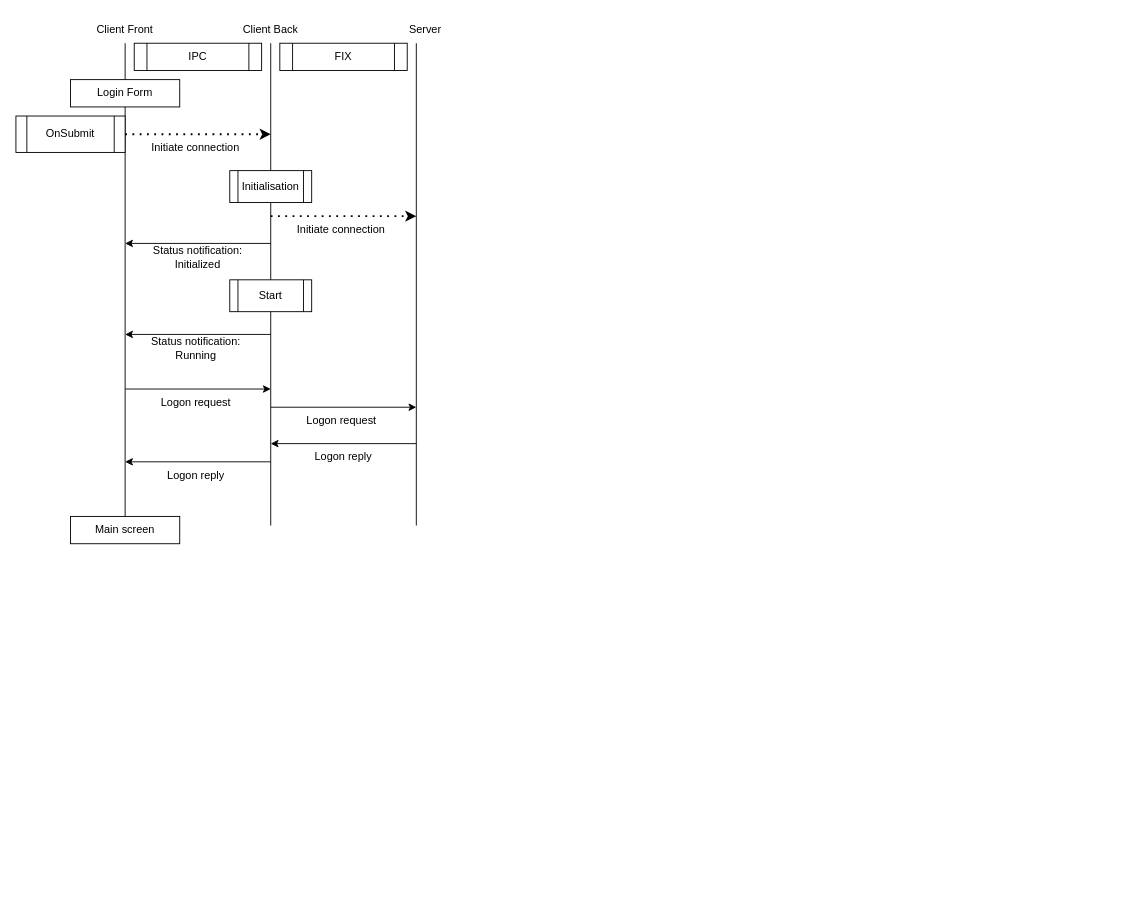
The draw.io diagram page "IPC protocol" (3 of 3) of schema.drawio in DipStax/FIX4.2-protocol, before the edit. Source tidied: cells renumbered, new cells numbered last; positions are measured from the earlier drawing's top-left corner, leaving out a move shared by most shapes. Both pictures are drawn from the tidied source at 91%, with x=0, y=0 at pixel (15, 15).
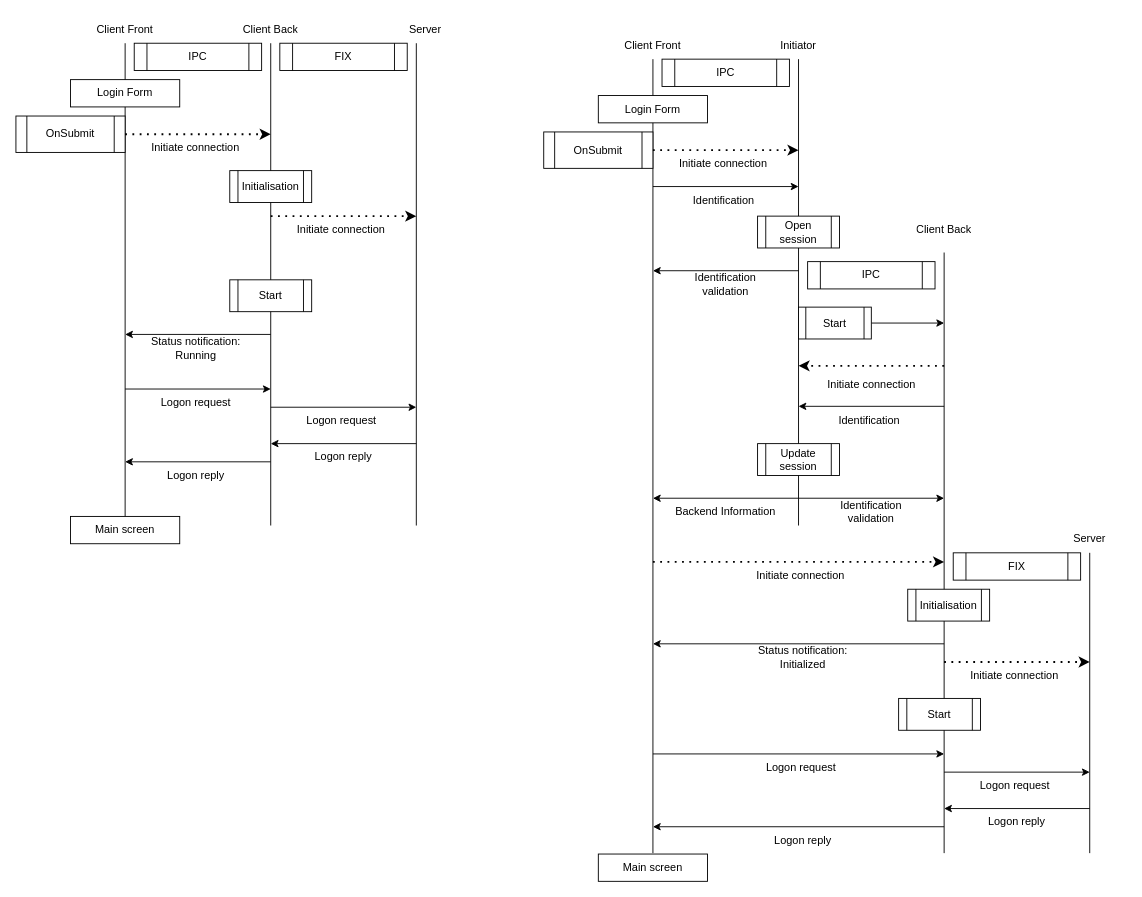
The same page after the edit.

What changed in the source:
```diff
@@
     <mxCell id="14" style="endArrow=classic;html=1;" parent="1" edge="1">
       <mxGeometry relative="1" as="geometry">
-        <mxPoint x="280" y="250" as="sourcePoint" />
-        <mxPoint x="120" y="250" as="targetPoint" />
+        <mxPoint x="1020" y="690" as="sourcePoint" />
+        <mxPoint x="700" y="690" as="targetPoint" />
       </mxGeometry>
     </mxCell>
@@
     <mxCell id="18" value="Status notification:&lt;div&gt;Initialized&lt;/div&gt;" style="text;html=1;align=center;verticalAlign=middle;whiteSpace=wrap;rounded=0;" parent="1" vertex="1">
-      <mxGeometry x="140" y="250" width="120" height="30" as="geometry" />
+      <mxGeometry x="805" y="690" width="120" height="30" as="geometry" />
     </mxCell>
@@
+    <mxCell id="31" style="endArrow=none;html=1;" parent="1" edge="1">
+      <mxGeometry relative="1" as="geometry">
+        <mxPoint x="700" y="920" as="sourcePoint" />
+        <mxPoint x="700" y="47.5" as="targetPoint" />
+      </mxGeometry>
+    </mxCell>
+    <mxCell id="32" style="endArrow=none;html=1;" parent="1" edge="1">
+      <mxGeometry relative="1" as="geometry">
+        <mxPoint x="860" y="560" as="sourcePoint" />
+        <mxPoint x="860" y="47.5" as="targetPoint" />
+      </mxGeometry>
+    </mxCell>
+    <mxCell id="33" style="endArrow=none;html=1;entryX=0.5;entryY=1.333;entryDx=0;entryDy=0;entryPerimeter=0;" parent="1" edge="1" target="45">
+      <mxGeometry relative="1" as="geometry">
+        <mxPoint x="1020" y="920" as="sourcePoint" />
+      </mxGeometry>
+    </mxCell>
+    <mxCell id="34" value="Client Front" style="text;strokeColor=none;fillColor=none;align=center;verticalAlign=middle;spacingLeft=4;spacingRight=4;overflow=hidden;whiteSpace=wrap;html=1;" parent="1" vertex="1">
+      <mxGeometry x="660" y="17.5" width="80" height="30" as="geometry" />
+    </mxCell>
+    <mxCell id="35" value="Initiator" style="text;strokeColor=none;fillColor=none;align=center;verticalAlign=middle;spacingLeft=4;spacingRight=4;overflow=hidden;whiteSpace=wrap;html=1;" parent="1" vertex="1">
+      <mxGeometry x="820" y="17.5" width="80" height="30" as="geometry" />
+    </mxCell>
+    <mxCell id="36" value="IPC" style="shape=process;whiteSpace=wrap;html=1;backgroundOutline=1;" parent="1" vertex="1">
+      <mxGeometry x="870" y="270" width="140" height="30" as="geometry" />
+    </mxCell>
+    <mxCell id="37" value="IPC" style="shape=process;whiteSpace=wrap;html=1;backgroundOutline=1;" parent="1" vertex="1">
+      <mxGeometry x="710" y="47.5" width="140" height="30" as="geometry" />
+    </mxCell>
+    <mxCell id="38" value="Login Form" style="rounded=0;whiteSpace=wrap;html=1;" parent="1" vertex="1">
+      <mxGeometry x="640" y="87.5" width="120" height="30" as="geometry" />
+    </mxCell>
+    <mxCell id="39" value="OnSubmit" style="shape=process;whiteSpace=wrap;html=1;backgroundOutline=1;" parent="1" vertex="1">
+      <mxGeometry x="580" y="127.5" width="120" height="40" as="geometry" />
+    </mxCell>
+    <mxCell id="40" style="endArrow=classic;dashed=1;html=1;dashPattern=1 3;strokeWidth=2;exitX=1;exitY=0.5;exitDx=0;exitDy=0;endFill=1;" parent="1" edge="1" source="39">
+      <mxGeometry relative="1" as="geometry">
+        <mxPoint x="860" y="147.5" as="targetPoint" />
+      </mxGeometry>
+    </mxCell>
+    <mxCell id="41" value="Initiate connection" style="text;html=1;align=center;verticalAlign=middle;whiteSpace=wrap;rounded=0;" parent="1" vertex="1">
+      <mxGeometry x="725" y="147.5" width="105" height="30" as="geometry" />
+    </mxCell>
+    <mxCell id="42" style="endArrow=classic;html=1;" parent="1" edge="1">
+      <mxGeometry relative="1" as="geometry">
+        <mxPoint x="700" y="187.5" as="sourcePoint" />
+        <mxPoint x="860" y="187.5" as="targetPoint" />
+      </mxGeometry>
+    </mxCell>
+    <mxCell id="43" value="Identification" style="text;html=1;align=center;verticalAlign=middle;whiteSpace=wrap;rounded=0;" parent="1" vertex="1">
+      <mxGeometry x="717.5" y="187.5" width="120" height="30" as="geometry" />
+    </mxCell>
+    <mxCell id="44" value="Open session" style="shape=process;whiteSpace=wrap;html=1;backgroundOutline=1;" parent="1" vertex="1">
+      <mxGeometry x="815" y="220" width="90" height="35" as="geometry" />
+    </mxCell>
+    <mxCell id="45" value="Client Back" style="text;strokeColor=none;fillColor=none;align=center;verticalAlign=middle;spacingLeft=4;spacingRight=4;overflow=hidden;points=[[0,0.5],[1,0.5]];portConstraint=eastwest;whiteSpace=wrap;html=1;" parent="1" vertex="1">
+      <mxGeometry x="980" y="220" width="80" height="30" as="geometry" />
+    </mxCell>
+    <mxCell id="46" style="endArrow=classic;dashed=1;html=1;dashPattern=1 3;strokeWidth=2;exitX=1;exitY=0.5;exitDx=0;exitDy=0;endFill=1;" parent="1" edge="1">
+      <mxGeometry relative="1" as="geometry">
+        <mxPoint x="1020" y="384.5" as="sourcePoint" />
+        <mxPoint x="860" y="384.5" as="targetPoint" />
+      </mxGeometry>
+    </mxCell>
+    <mxCell id="47" value="Initiate connection" style="text;html=1;align=center;verticalAlign=middle;whiteSpace=wrap;rounded=0;" parent="1" vertex="1">
+      <mxGeometry x="887.5" y="390" width="105" height="30" as="geometry" />
+    </mxCell>
+    <mxCell id="48" style="endArrow=classic;html=1;" parent="1" edge="1">
+      <mxGeometry relative="1" as="geometry">
+        <mxPoint x="1020" y="429" as="sourcePoint" />
+        <mxPoint x="860" y="429" as="targetPoint" />
+      </mxGeometry>
+    </mxCell>
+    <mxCell id="49" value="Identification" style="text;html=1;align=center;verticalAlign=middle;whiteSpace=wrap;rounded=0;" parent="1" vertex="1">
+      <mxGeometry x="877.5" y="430" width="120" height="30" as="geometry" />
+    </mxCell>
+    <mxCell id="50" value="Update session" style="shape=process;whiteSpace=wrap;html=1;backgroundOutline=1;" parent="1" vertex="1">
+      <mxGeometry x="815" y="470" width="90" height="35" as="geometry" />
+    </mxCell>
+    <mxCell id="51" style="endArrow=classic;html=1;" parent="1" edge="1">
+      <mxGeometry relative="1" as="geometry">
+        <mxPoint x="860" y="530" as="sourcePoint" />
+        <mxPoint x="1020" y="530" as="targetPoint" />
+      </mxGeometry>
+    </mxCell>
+    <mxCell id="52" value="Identification validation" style="text;html=1;align=center;verticalAlign=middle;whiteSpace=wrap;rounded=0;" parent="1" vertex="1">
+      <mxGeometry x="880" y="530" width="120" height="30" as="geometry" />
+    </mxCell>
+    <mxCell id="53" style="endArrow=classic;html=1;" parent="1" edge="1">
+      <mxGeometry relative="1" as="geometry">
+        <mxPoint x="860" y="280" as="sourcePoint" />
+        <mxPoint x="700" y="280" as="targetPoint" />
+      </mxGeometry>
+    </mxCell>
+    <mxCell id="54" value="Identification validation" style="text;html=1;align=center;verticalAlign=middle;whiteSpace=wrap;rounded=0;" parent="1" vertex="1">
+      <mxGeometry x="720" y="280" width="120" height="30" as="geometry" />
+    </mxCell>
+    <mxCell id="55" style="endArrow=classic;html=1;" parent="1" edge="1">
+      <mxGeometry relative="1" as="geometry">
+        <mxPoint x="860" y="530" as="sourcePoint" />
+        <mxPoint x="700" y="530" as="targetPoint" />
+      </mxGeometry>
+    </mxCell>
+    <mxCell id="56" value="Backend Information" style="text;html=1;align=center;verticalAlign=middle;whiteSpace=wrap;rounded=0;" parent="1" vertex="1">
+      <mxGeometry x="720" y="530" width="120" height="30" as="geometry" />
+    </mxCell>
+    <mxCell id="57" style="endArrow=classic;dashed=1;html=1;dashPattern=1 3;strokeWidth=2;endFill=1;" parent="1" edge="1">
+      <mxGeometry relative="1" as="geometry">
+        <mxPoint x="700" y="600" as="sourcePoint" />
+        <mxPoint x="1020" y="600" as="targetPoint" />
+      </mxGeometry>
+    </mxCell>
+    <mxCell id="58" value="Initiate connection" style="text;html=1;align=center;verticalAlign=middle;whiteSpace=wrap;rounded=0;" parent="1" vertex="1">
+      <mxGeometry x="810" y="600" width="105" height="30" as="geometry" />
+    </mxCell>
+    <mxCell id="59" value="Initialisation" style="shape=process;whiteSpace=wrap;html=1;backgroundOutline=1;" parent="1" vertex="1">
+      <mxGeometry x="980" y="630" width="90" height="35" as="geometry" />
+    </mxCell>
+    <mxCell id="60" value="Server" style="text;strokeColor=none;fillColor=none;align=center;verticalAlign=middle;spacingLeft=4;spacingRight=4;overflow=hidden;whiteSpace=wrap;html=1;" parent="1" vertex="1">
+      <mxGeometry x="1140" y="560" width="80" height="30" as="geometry" />
+    </mxCell>
+    <mxCell id="61" style="endArrow=none;html=1;" parent="1" edge="1">
+      <mxGeometry relative="1" as="geometry">
+        <mxPoint x="1180" y="920" as="sourcePoint" />
+        <mxPoint x="1180" y="590" as="targetPoint" />
+      </mxGeometry>
+    </mxCell>
+    <mxCell id="62" value="FIX" style="shape=process;whiteSpace=wrap;html=1;backgroundOutline=1;" parent="1" vertex="1">
+      <mxGeometry x="1030" y="590" width="140" height="30" as="geometry" />
+    </mxCell>
+    <mxCell id="63" style="endArrow=classic;dashed=1;html=1;dashPattern=1 3;strokeWidth=2;exitX=1;exitY=0.5;exitDx=0;exitDy=0;endFill=1;" parent="1" edge="1">
+      <mxGeometry relative="1" as="geometry">
+        <mxPoint x="1020" y="710" as="sourcePoint" />
+        <mxPoint x="1180" y="710" as="targetPoint" />
+      </mxGeometry>
+    </mxCell>
+    <mxCell id="64" value="Initiate connection" style="text;html=1;align=center;verticalAlign=middle;whiteSpace=wrap;rounded=0;" parent="1" vertex="1">
+      <mxGeometry x="1045" y="710" width="105" height="30" as="geometry" />
+    </mxCell>
+    <mxCell id="65" style="endArrow=classic;html=1;" parent="1" edge="1">
+      <mxGeometry relative="1" as="geometry">
+        <mxPoint x="700" y="811" as="sourcePoint" />
+        <mxPoint x="1020" y="811" as="targetPoint" />
+      </mxGeometry>
+    </mxCell>
+    <mxCell id="66" value="Logon request" style="text;html=1;align=center;verticalAlign=middle;whiteSpace=wrap;rounded=0;" parent="1" vertex="1">
+      <mxGeometry x="802.5" y="811" width="120" height="30" as="geometry" />
+    </mxCell>
+    <mxCell id="67" style="endArrow=classic;html=1;" parent="1" edge="1">
+      <mxGeometry relative="1" as="geometry">
+        <mxPoint x="1020" y="831" as="sourcePoint" />
+        <mxPoint x="1180" y="831" as="targetPoint" />
+      </mxGeometry>
+    </mxCell>
+    <mxCell id="68" value="Logon request" style="text;html=1;align=center;verticalAlign=middle;whiteSpace=wrap;rounded=0;" parent="1" vertex="1">
+      <mxGeometry x="1037.5" y="831" width="120" height="30" as="geometry" />
+    </mxCell>
+    <mxCell id="69" style="endArrow=classic;html=1;" parent="1" edge="1">
+      <mxGeometry relative="1" as="geometry">
+        <mxPoint x="1180" y="871" as="sourcePoint" />
+        <mxPoint x="1020" y="871" as="targetPoint" />
+      </mxGeometry>
+    </mxCell>
+    <mxCell id="70" value="Logon reply" style="text;html=1;align=center;verticalAlign=middle;whiteSpace=wrap;rounded=0;" parent="1" vertex="1">
+      <mxGeometry x="1040" y="871" width="120" height="30" as="geometry" />
+    </mxCell>
+    <mxCell id="71" style="endArrow=classic;html=1;" parent="1" edge="1">
+      <mxGeometry relative="1" as="geometry">
+        <mxPoint x="1020" y="891" as="sourcePoint" />
+        <mxPoint x="700" y="891" as="targetPoint" />
+      </mxGeometry>
+    </mxCell>
+    <mxCell id="72" value="Logon reply" style="text;html=1;align=center;verticalAlign=middle;whiteSpace=wrap;rounded=0;" parent="1" vertex="1">
+      <mxGeometry x="805" y="891" width="120" height="30" as="geometry" />
+    </mxCell>
+    <mxCell id="73" value="Start" style="shape=process;whiteSpace=wrap;html=1;backgroundOutline=1;" parent="1" vertex="1">
+      <mxGeometry x="970" y="750" width="90" height="35" as="geometry" />
+    </mxCell>
+    <mxCell id="74" value="Main screen" style="rounded=0;whiteSpace=wrap;html=1;" parent="1" vertex="1">
+      <mxGeometry x="640" y="921" width="120" height="30" as="geometry" />
+    </mxCell>
+    <mxCell id="75" style="edgeStyle=none;html=1;" parent="1" edge="1" source="76">
+      <mxGeometry relative="1" as="geometry">
+        <mxPoint x="1020" y="337.5" as="targetPoint" />
+      </mxGeometry>
+    </mxCell>
+    <mxCell id="76" value="Start" style="shape=process;whiteSpace=wrap;html=1;backgroundOutline=1;" parent="1" vertex="1">
+      <mxGeometry x="860" y="320" width="80" height="35" as="geometry" />
+    </mxCell>
```
